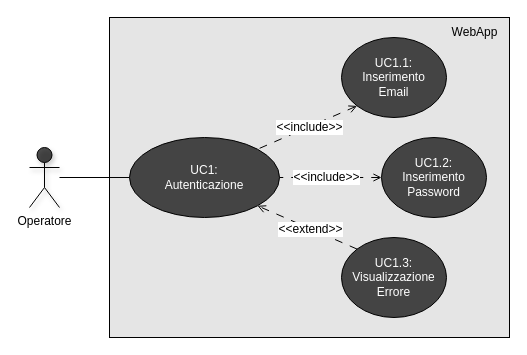
Above: page "UC1-Autenticazione" (1 of 9) of src/assets/DrawIO/Use Case.drawio in swenightpro/Documentazione (draw.io), before the change. Source tidied: cells renumbered, new cells numbered last; positions are measured from the earlier drawing's top-left corner, leaving out a move shared by most shapes. Both pictures are drawn from the tidied source at 100%, with x=0, y=0 at pixel (29, 17).
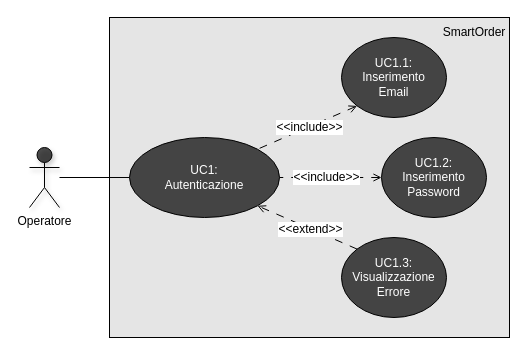
The same diagram, later.

The edit, as a diff of the source:
```diff
@@
 <mxGraphModel>
   <root>
     <mxCell id="0" />
     <mxCell id="1" parent="0" />
     <mxCell id="2" value="Operatore" style="shape=umlActor;verticalLabelPosition=bottom;verticalAlign=top;html=1;outlineConnect=0;gradientColor=light-dark(#FF4CFF,#FF70FF);fillColor=light-dark(#1100ff, #ededed);fillOpacity=70;shadow=1;" parent="1" vertex="1">
       <mxGeometry y="130" width="30" height="60" as="geometry" />
     </mxCell>
     <mxCell id="3" style="rounded=0;whiteSpace=wrap;html=1;strokeColor=default;align=center;verticalAlign=top;fontFamily=Helvetica;fontSize=12;fontColor=default;fillColor=light-dark(#1100ff, #ededed);gradientColor=light-dark(#FF4CFF,#FF70FF);fillOpacity=10;shadow=0;glass=0;" parent="1" vertex="1">
       <mxGeometry x="80" width="400" height="320" as="geometry" />
     </mxCell>
     <mxCell id="4" style="edgeStyle=orthogonalEdgeStyle;rounded=0;jettySize=auto;html=1;fontFamily=Helvetica;fontSize=12;fontColor=default;endArrow=none;endFill=0;" parent="1" edge="1" source="5" target="2">
       <mxGeometry relative="1" as="geometry" />
     </mxCell>
     <mxCell id="5" value="&lt;div&gt;&lt;div&gt;&lt;span style=&quot;color: light-dark(rgb(255, 255, 255), rgb(18, 18, 18)); background-color: transparent;&quot;&gt;UC1:&lt;/span&gt;&lt;/div&gt;&lt;div&gt;&lt;font style=&quot;color: rgb(255, 255, 255);&quot;&gt;Autenticazione&lt;/font&gt;&lt;/div&gt;&lt;/div&gt;" style="ellipse;whiteSpace=wrap;html=1;strokeColor=default;align=center;verticalAlign=middle;fontFamily=Helvetica;fontSize=12;fontColor=default;fillColor=light-dark(#1100ff, #ededed);gradientColor=light-dark(#FF4CFF,#FF70FF);fillOpacity=70;shadow=0;portConstraint=none;" parent="1" vertex="1">
       <mxGeometry x="100" y="120" width="150" height="80" as="geometry" />
     </mxCell>
     <mxCell id="6" style="rounded=0;jettySize=auto;html=1;exitX=0;exitY=1;exitDx=0;exitDy=0;entryX=1;entryY=0;entryDx=0;entryDy=0;fontFamily=Helvetica;fontSize=12;fontColor=default;endArrow=none;endFill=0;startArrow=open;startFill=0;dashed=1;dashPattern=8 8;" parent="1" edge="1" source="8" target="5">
       <mxGeometry relative="1" as="geometry" />
     </mxCell>
     <mxCell id="7" value="&amp;lt;&amp;lt;include&amp;gt;&amp;gt;" style="edgeLabel;align=center;verticalAlign=middle;shadow=1;strokeColor=default;fontFamily=Helvetica;fontSize=12;fontColor=default;fillColor=light-dark(#1100ff, #ededed);gradientColor=light-dark(#FF4CFF,#FF70FF);convertToSvg=0;html=1;textShadow=0;labelBorderColor=none;horizontal=1;labelBackgroundColor=default;" parent="6" vertex="1">
       <mxGeometry x="0.21" y="-1" relative="1" as="geometry">
         <mxPoint x="13" y="-4" as="offset" />
       </mxGeometry>
     </mxCell>
     <mxCell id="8" value="&lt;div&gt;&lt;span style=&quot;color: light-dark(rgb(255, 255, 255), rgb(18, 18, 18)); background-color: transparent;&quot;&gt;UC1.1:&lt;/span&gt;&lt;/div&gt;&lt;div&gt;&lt;font style=&quot;color: rgb(255, 255, 255);&quot;&gt;Inserimento&lt;/font&gt;&lt;/div&gt;&lt;div&gt;&lt;font style=&quot;color: rgb(255, 255, 255);&quot;&gt;Email&lt;/font&gt;&lt;/div&gt;" style="ellipse;whiteSpace=wrap;html=1;strokeColor=default;align=center;verticalAlign=middle;fontFamily=Helvetica;fontSize=12;fontColor=default;fillColor=light-dark(#1100ff, #ededed);gradientColor=light-dark(#FF4CFF,#FF70FF);fillOpacity=70;shadow=0;portConstraint=none;" parent="1" vertex="1">
       <mxGeometry x="312" y="20" width="105" height="80" as="geometry" />
     </mxCell>
     <mxCell id="9" style="edgeStyle=orthogonalEdgeStyle;rounded=0;jettySize=auto;html=1;exitX=0;exitY=0.5;exitDx=0;exitDy=0;entryX=1;entryY=0.5;entryDx=0;entryDy=0;fontFamily=Helvetica;fontSize=12;fontColor=default;endArrow=none;endFill=0;startArrow=open;startFill=0;dashed=1;dashPattern=8 8;" parent="1" edge="1" source="11" target="5">
       <mxGeometry relative="1" as="geometry" />
     </mxCell>
     <mxCell id="10" value="&amp;lt;&amp;lt;include&amp;gt;&amp;gt;" style="edgeLabel;html=1;align=center;verticalAlign=middle;shadow=1;strokeColor=default;fontFamily=Helvetica;fontSize=12;fontColor=default;fillColor=light-dark(#1100ff, #ededed);gradientColor=light-dark(#FF4CFF,#FF70FF);labelBackgroundColor=default;" parent="9" vertex="1">
       <mxGeometry x="0.25" y="-2" relative="1" as="geometry">
         <mxPoint x="8" y="1" as="offset" />
       </mxGeometry>
     </mxCell>
     <mxCell id="11" value="&lt;div&gt;&lt;span style=&quot;color: light-dark(rgb(255, 255, 255), rgb(18, 18, 18)); background-color: transparent;&quot;&gt;UC1.2:&lt;/span&gt;&lt;/div&gt;&lt;div&gt;&lt;font style=&quot;color: rgb(255, 255, 255);&quot;&gt;Inserimento&lt;/font&gt;&lt;/div&gt;&lt;div&gt;&lt;font style=&quot;color: rgb(255, 255, 255);&quot;&gt;Password&lt;/font&gt;&lt;/div&gt;" style="ellipse;whiteSpace=wrap;html=1;strokeColor=default;align=center;verticalAlign=middle;fontFamily=Helvetica;fontSize=12;fontColor=default;fillColor=light-dark(#1100ff, #ededed);gradientColor=light-dark(#FF4CFF,#FF70FF);fillOpacity=70;shadow=0;portConstraint=none;" parent="1" vertex="1">
       <mxGeometry x="352" y="120" width="105" height="80" as="geometry" />
     </mxCell>
     <mxCell id="12" style="rounded=0;jettySize=auto;html=1;exitX=0;exitY=0;exitDx=0;exitDy=0;entryX=1;entryY=1;entryDx=0;entryDy=0;fontFamily=Helvetica;fontSize=12;fontColor=default;dashed=1;dashPattern=8 8;endArrow=open;endFill=0;" parent="1" edge="1" source="14" target="5">
       <mxGeometry relative="1" as="geometry" />
     </mxCell>
     <mxCell id="13" value="&amp;lt;&amp;lt;extend&amp;gt;&amp;gt;" style="edgeLabel;html=1;align=center;verticalAlign=middle;strokeColor=default;fontFamily=Helvetica;fontSize=12;fontColor=default;fillColor=light-dark(#1100ff, #ededed);gradientColor=light-dark(#FF4CFF,#FF70FF);labelBackgroundColor=default;labelBorderColor=none;" parent="12" vertex="1">
       <mxGeometry x="-0.16" y="-2" relative="1" as="geometry">
         <mxPoint x="-6" as="offset" />
       </mxGeometry>
     </mxCell>
     <mxCell id="14" value="&lt;div&gt;&lt;span style=&quot;color: light-dark(rgb(255, 255, 255), rgb(18, 18, 18)); background-color: transparent;&quot;&gt;UC1.3:&lt;/span&gt;&lt;/div&gt;&lt;div&gt;&lt;font style=&quot;color: rgb(255, 255, 255);&quot;&gt;Visualizzazione&lt;/font&gt;&lt;/div&gt;&lt;div&gt;&lt;font style=&quot;color: rgb(255, 255, 255);&quot;&gt;Errore&lt;/font&gt;&lt;/div&gt;" style="ellipse;whiteSpace=wrap;html=1;strokeColor=default;align=center;verticalAlign=middle;fontFamily=Helvetica;fontSize=12;fontColor=default;fillColor=light-dark(#1100ff, #ededed);gradientColor=light-dark(#FF4CFF,#FF70FF);fillOpacity=70;shadow=0;portConstraint=none;" parent="1" vertex="1">
       <mxGeometry x="312" y="220" width="105" height="80" as="geometry" />
     </mxCell>
-    <mxCell id="15" value="WebApp" style="text;html=1;align=center;verticalAlign=middle;strokeColor=none;fillColor=none;fontFamily=Helvetica;fontSize=12;fontColor=default;" parent="1" vertex="1">
-      <mxGeometry x="410" width="70" height="30" as="geometry" />
-    </mxCell>
+    <mxCell id="16" value="SmartOrder" style="text;html=1;whiteSpace=wrap;strokeColor=none;fillColor=none;align=center;verticalAlign=middle;rounded=0;" parent="1" vertex="1">
+      <mxGeometry x="410" width="70" height="30" as="geometry" />
+    </mxCell>
   </root>
 </mxGraphModel>
```
